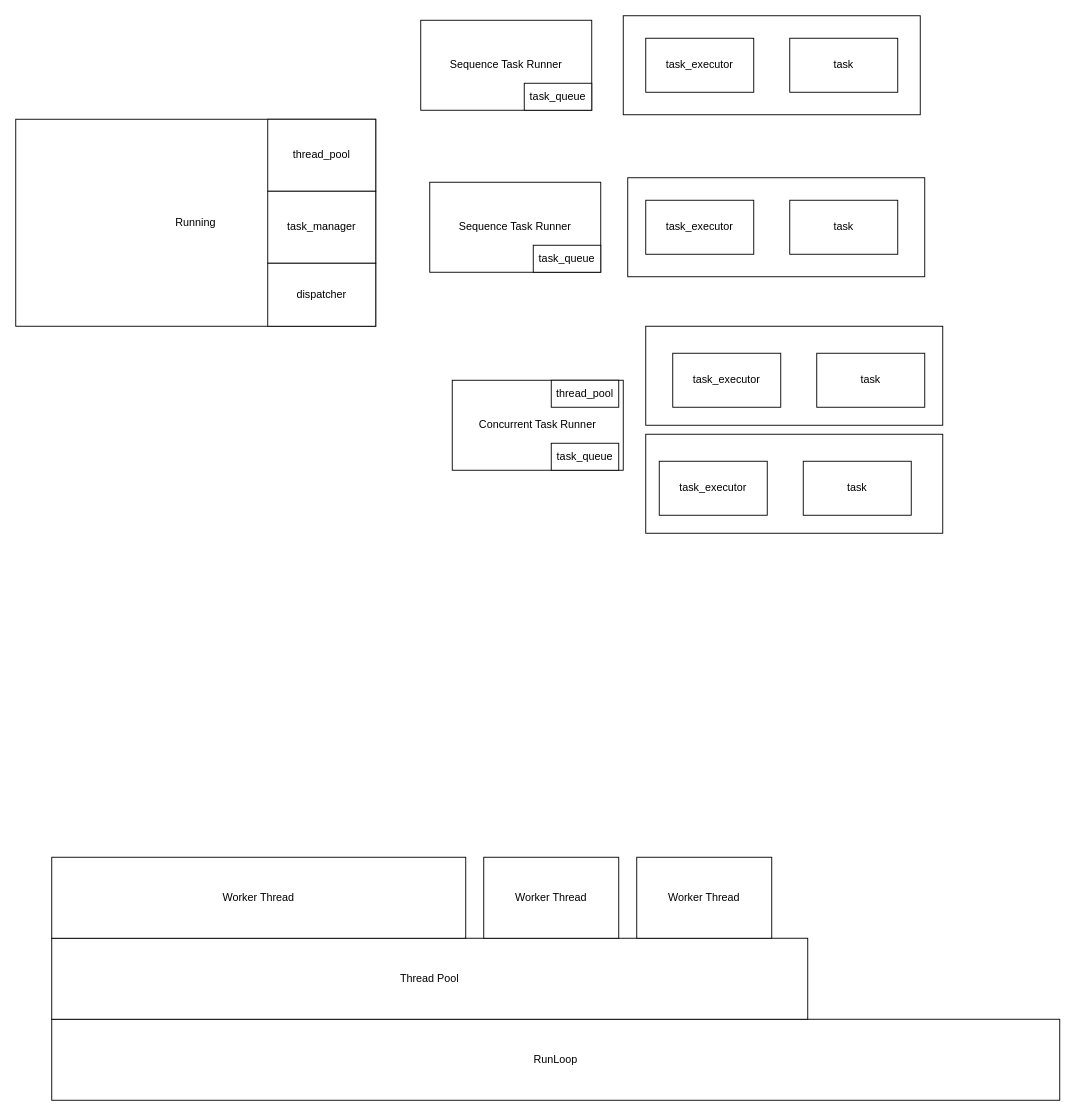
The draw.io diagram page "arch" (2 of 2) of doc/task_runner.drawio in ISSuh/task_runner, before the edit. Source tidied: cells renumbered, new cells numbered last; positions are measured from the earlier drawing's top-left corner, leaving out a move shared by most shapes. Both pictures are drawn from the tidied source at 90%, with x=0, y=0 at pixel (15, 15).
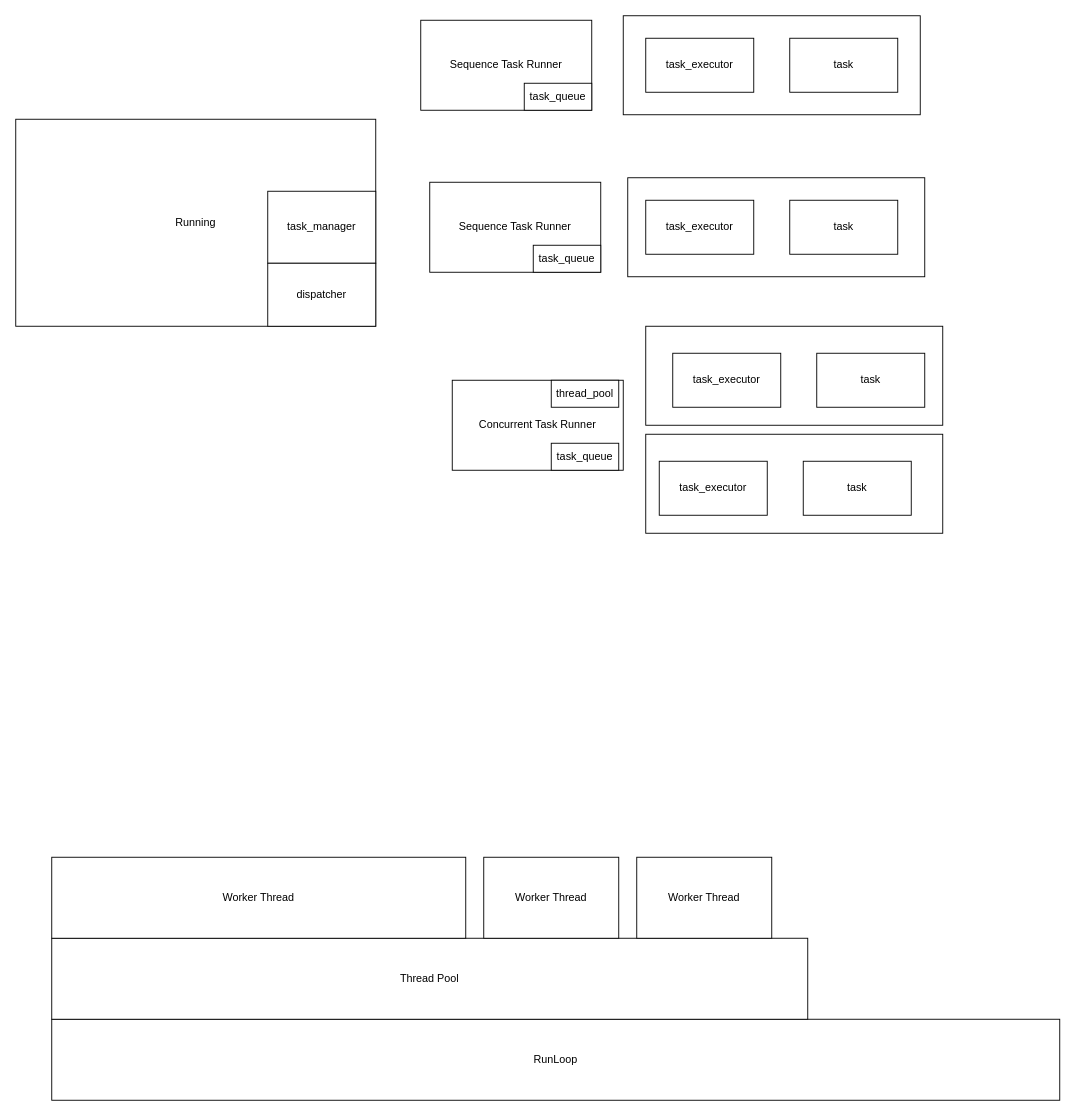
The same page after the edit.

Diff of the diagram source:
```diff
@@
-    <mxCell id="8" value="thread_pool" style="rounded=0;whiteSpace=wrap;html=1;" parent="1" vertex="1">
-      <mxGeometry x="280" y="115" width="120" height="80" as="geometry" />
-    </mxCell>
```
